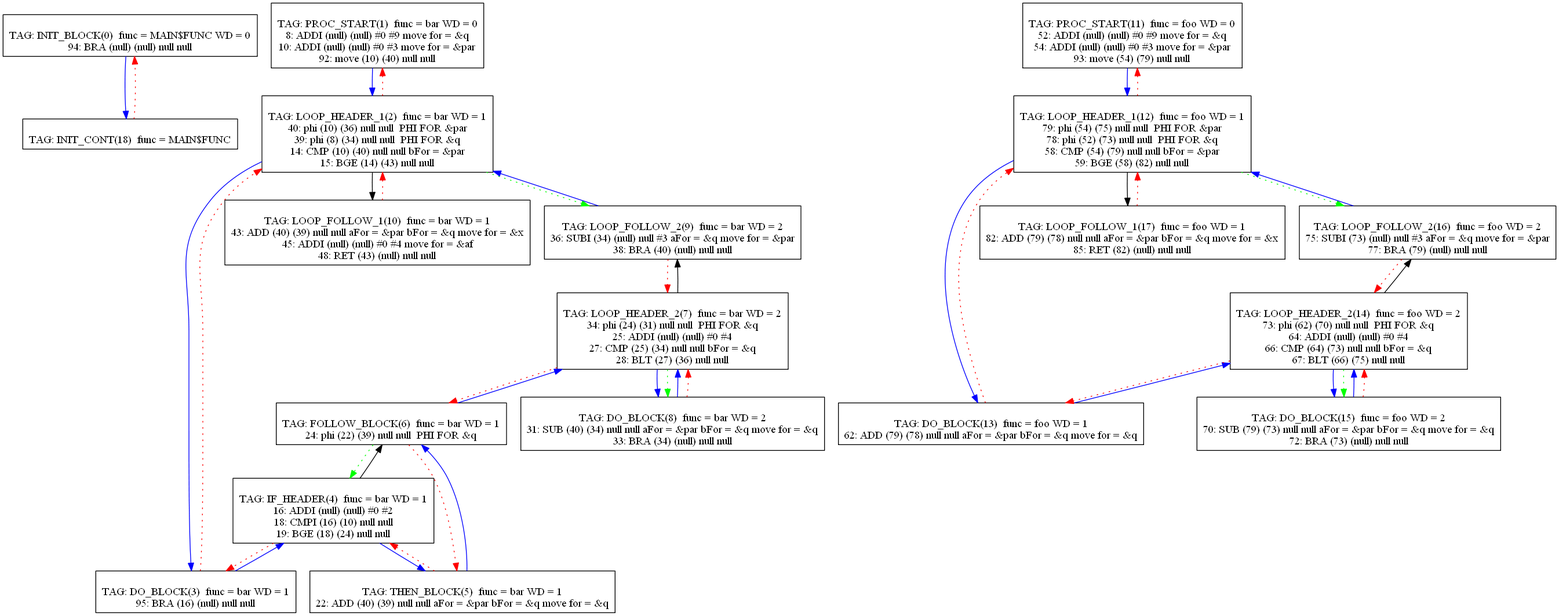
Above: Compiler/15graph.png in mbajaj92/Project-Astoria (Graphviz), before the change. Its source is kept beside it as Compiler/15graph.dot. Source of this version:
```dot
digraph {
0[label="
TAG: INIT_BLOCK(0)  func = MAIN$FUNC WD = 0
94: BRA (null) (null) null null
"];
0[shape=box];
0 -> 18[color=blue]
1[label="
TAG: PROC_START(1)  func = bar WD = 0
8: ADDI (null) (null) #0 #9 move for = &q
10: ADDI (null) (null) #0 #3 move for = &par
92: move (10) (40) null null
"];
1[shape=box];
1 -> 2[color=blue]
2[label="
TAG: LOOP_HEADER_1(2)  func = bar WD = 1
40: phi (10) (36) null null  PHI FOR &par
39: phi (8) (34) null null  PHI FOR &q
14: CMP (10) (40) null null bFor = &par
15: BGE (14) (43) null null
"];
2[shape=box];
2 -> 3[color=blue]
2 -> 10[color=black]
2 -> 1[color=red][style=dotted]
2 -> 9[color=green][style=dotted]
3[label="
TAG: DO_BLOCK(3)  func = bar WD = 1
95: BRA (16) (null) null null
"];
3[shape=box];
3 -> 4[color=blue]
3 -> 2[color=red][style=dotted]
4[label="
TAG: IF_HEADER(4)  func = bar WD = 1
16: ADDI (null) (null) #0 #2
18: CMPI (16) (10) null null
19: BGE (18) (24) null null
"];
4[shape=box];
4 -> 5[color=blue]
4 -> 6[color=black]
4 -> 3[color=red][style=dotted]
5[label="
TAG: THEN_BLOCK(5)  func = bar WD = 1
22: ADD (40) (39) null null aFor = &par bFor = &q move for = &q
"];
5[shape=box];
5 -> 6[color=blue]
5 -> 4[color=red][style=dotted]
6[label="
TAG: FOLLOW_BLOCK(6)  func = bar WD = 1
24: phi (22) (39) null null  PHI FOR &q
"];
6[shape=box];
6 -> 7[color=blue]
6 -> 5[color=red][style=dotted]
6 -> 4[color=green][style=dotted]
7[label="
TAG: LOOP_HEADER_2(7)  func = bar WD = 2
34: phi (24) (31) null null  PHI FOR &q
25: ADDI (null) (null) #0 #4
27: CMP (25) (34) null null bFor = &q
28: BLT (27) (36) null null
"];
7[shape=box];
7 -> 8[color=blue]
7 -> 9[color=black]
7 -> 6[color=red][style=dotted]
7 -> 8[color=green][style=dotted]
8[label="
TAG: DO_BLOCK(8)  func = bar WD = 2
31: SUB (40) (34) null null aFor = &par bFor = &q move for = &q
33: BRA (34) (null) null null
"];
8[shape=box];
8 -> 7[color=blue]
8 -> 7[color=red][style=dotted]
9[label="
TAG: LOOP_FOLLOW_2(9)  func = bar WD = 2
36: SUBI (34) (null) null #3 aFor = &q move for = &par
38: BRA (40) (null) null null
"];
9[shape=box];
9 -> 2[color=blue]
9 -> 7[color=red][style=dotted]
10[label="
TAG: LOOP_FOLLOW_1(10)  func = bar WD = 1
43: ADD (40) (39) null null aFor = &par bFor = &q move for = &x
45: ADDI (null) (null) #0 #4 move for = &af
48: RET (43) (null) null null
"];
10[shape=box];
10 -> 2[color=red][style=dotted]
11[label="
TAG: PROC_START(11)  func = foo WD = 0
52: ADDI (null) (null) #0 #9 move for = &q
54: ADDI (null) (null) #0 #3 move for = &par
93: move (54) (79) null null
"];
11[shape=box];
11 -> 12[color=blue]
12[label="
TAG: LOOP_HEADER_1(12)  func = foo WD = 1
79: phi (54) (75) null null  PHI FOR &par
78: phi (52) (73) null null  PHI FOR &q
58: CMP (54) (79) null null bFor = &par
59: BGE (58) (82) null null
"];
12[shape=box];
12 -> 13[color=blue]
12 -> 17[color=black]
12 -> 11[color=red][style=dotted]
12 -> 16[color=green][style=dotted]
13[label="
TAG: DO_BLOCK(13)  func = foo WD = 1
62: ADD (79) (78) null null aFor = &par bFor = &q move for = &q
"];
13[shape=box];
13 -> 14[color=blue]
13 -> 12[color=red][style=dotted]
14[label="
TAG: LOOP_HEADER_2(14)  func = foo WD = 2
73: phi (62) (70) null null  PHI FOR &q
64: ADDI (null) (null) #0 #4
66: CMP (64) (73) null null bFor = &q
67: BLT (66) (75) null null
"];
14[shape=box];
14 -> 15[color=blue]
14 -> 16[color=black]
14 -> 13[color=red][style=dotted]
14 -> 15[color=green][style=dotted]
15[label="
TAG: DO_BLOCK(15)  func = foo WD = 2
70: SUB (79) (73) null null aFor = &par bFor = &q move for = &q
72: BRA (73) (null) null null
"];
15[shape=box];
15 -> 14[color=blue]
15 -> 14[color=red][style=dotted]
16[label="
TAG: LOOP_FOLLOW_2(16)  func = foo WD = 2
75: SUBI (73) (null) null #3 aFor = &q move for = &par
77: BRA (79) (null) null null
"];
16[shape=box];
16 -> 12[color=blue]
16 -> 14[color=red][style=dotted]
17[label="
TAG: LOOP_FOLLOW_1(17)  func = foo WD = 1
82: ADD (79) (78) null null aFor = &par bFor = &q move for = &x
85: RET (82) (null) null null
"];
17[shape=box];
17 -> 12[color=red][style=dotted]
18[label="
TAG: INIT_CONT(18)  func = MAIN$FUNC
"];
18[shape=box];
18 -> 0[color=red][style=dotted]
}
```
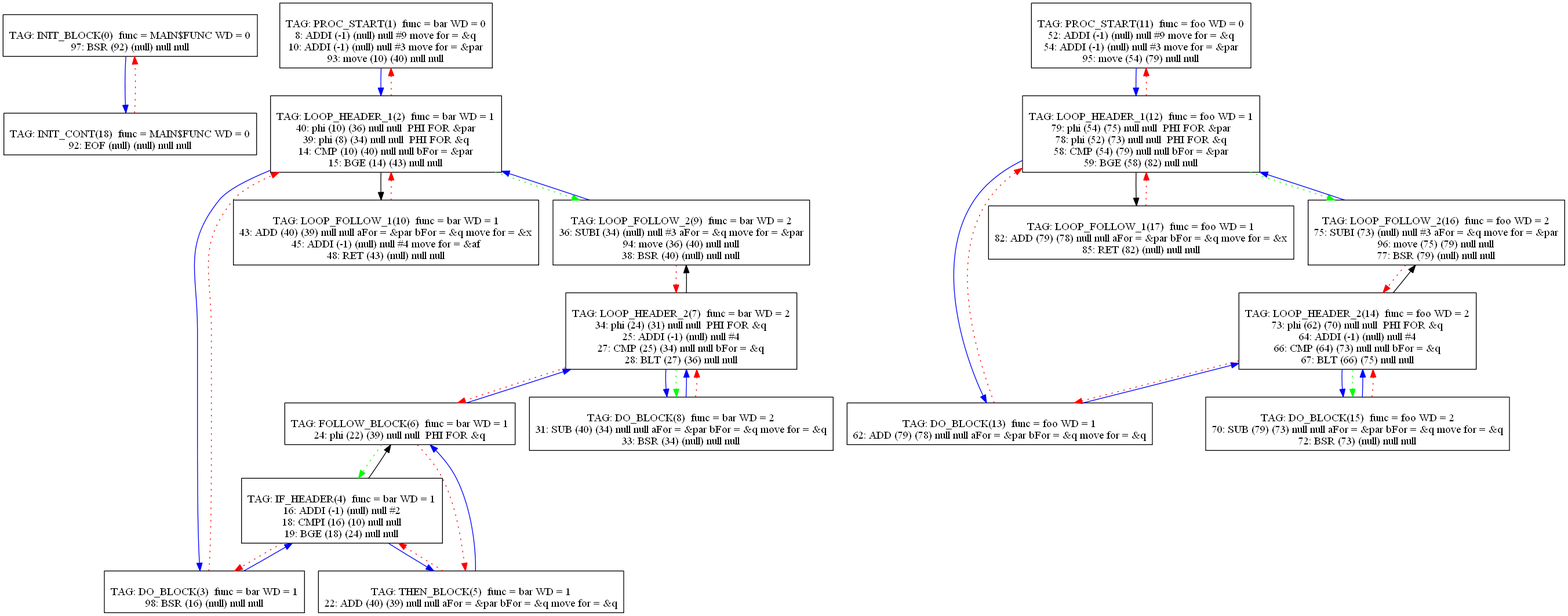
Above is the later version.

What changed in the source:
```diff
@@ -1,15 +1,15 @@
 digraph {
 0[label="
 TAG: INIT_BLOCK(0)  func = MAIN$FUNC WD = 0
-94: BRA (null) (null) null null
+97: BSR (92) (null) null null
 "];
 0[shape=box];
 0 -> 18[color=blue]
 1[label="
 TAG: PROC_START(1)  func = bar WD = 0
-8: ADDI (null) (null) #0 #9 move for = &q
-10: ADDI (null) (null) #0 #3 move for = &par
-92: move (10) (40) null null
+8: ADDI (-1) (null) null #9 move for = &q
+10: ADDI (-1) (null) null #3 move for = &par
+93: move (10) (40) null null
 "];
 1[shape=box];
 1 -> 2[color=blue]
@@ -27,14 +27,14 @@
 2 -> 9[color=green][style=dotted]
 3[label="
 TAG: DO_BLOCK(3)  func = bar WD = 1
-95: BRA (16) (null) null null
+98: BSR (16) (null) null null
 "];
 3[shape=box];
 3 -> 4[color=blue]
 3 -> 2[color=red][style=dotted]
 4[label="
 TAG: IF_HEADER(4)  func = bar WD = 1
-16: ADDI (null) (null) #0 #2
+16: ADDI (-1) (null) null #2
 18: CMPI (16) (10) null null
 19: BGE (18) (24) null null
 "];
@@ -60,7 +60,7 @@
 7[label="
 TAG: LOOP_HEADER_2(7)  func = bar WD = 2
 34: phi (24) (31) null null  PHI FOR &q
-25: ADDI (null) (null) #0 #4
+25: ADDI (-1) (null) null #4
 27: CMP (25) (34) null null bFor = &q
 28: BLT (27) (36) null null
 "];
@@ -72,7 +72,7 @@
 8[label="
 TAG: DO_BLOCK(8)  func = bar WD = 2
 31: SUB (40) (34) null null aFor = &par bFor = &q move for = &q
-33: BRA (34) (null) null null
+33: BSR (34) (null) null null
 "];
 8[shape=box];
 8 -> 7[color=blue]
@@ -80,7 +80,8 @@
 9[label="
 TAG: LOOP_FOLLOW_2(9)  func = bar WD = 2
 36: SUBI (34) (null) null #3 aFor = &q move for = &par
-38: BRA (40) (null) null null
+94: move (36) (40) null null
+38: BSR (40) (null) null null
 "];
 9[shape=box];
 9 -> 2[color=blue]
@@ -88,16 +89,16 @@
 10[label="
 TAG: LOOP_FOLLOW_1(10)  func = bar WD = 1
 43: ADD (40) (39) null null aFor = &par bFor = &q move for = &x
-45: ADDI (null) (null) #0 #4 move for = &af
+45: ADDI (-1) (null) null #4 move for = &af
 48: RET (43) (null) null null
 "];
 10[shape=box];
 10 -> 2[color=red][style=dotted]
 11[label="
 TAG: PROC_START(11)  func = foo WD = 0
-52: ADDI (null) (null) #0 #9 move for = &q
-54: ADDI (null) (null) #0 #3 move for = &par
-93: move (54) (79) null null
+52: ADDI (-1) (null) null #9 move for = &q
+54: ADDI (-1) (null) null #3 move for = &par
+95: move (54) (79) null null
 "];
 11[shape=box];
 11 -> 12[color=blue]
@@ -123,7 +124,7 @@
 14[label="
 TAG: LOOP_HEADER_2(14)  func = foo WD = 2
 73: phi (62) (70) null null  PHI FOR &q
-64: ADDI (null) (null) #0 #4
+64: ADDI (-1) (null) null #4
 66: CMP (64) (73) null null bFor = &q
 67: BLT (66) (75) null null
 "];
@@ -135,7 +136,7 @@
 15[label="
 TAG: DO_BLOCK(15)  func = foo WD = 2
 70: SUB (79) (73) null null aFor = &par bFor = &q move for = &q
-72: BRA (73) (null) null null
+72: BSR (73) (null) null null
 "];
 15[shape=box];
 15 -> 14[color=blue]
@@ -143,7 +144,8 @@
 16[label="
 TAG: LOOP_FOLLOW_2(16)  func = foo WD = 2
 75: SUBI (73) (null) null #3 aFor = &q move for = &par
-77: BRA (79) (null) null null
+96: move (75) (79) null null
+77: BSR (79) (null) null null
 "];
 16[shape=box];
 16 -> 12[color=blue]
@@ -156,7 +158,8 @@
 17[shape=box];
 17 -> 12[color=red][style=dotted]
 18[label="
-TAG: INIT_CONT(18)  func = MAIN$FUNC
+TAG: INIT_CONT(18)  func = MAIN$FUNC WD = 0
+92: EOF (null) (null) null null
 "];
 18[shape=box];
 18 -> 0[color=red][style=dotted]
```
